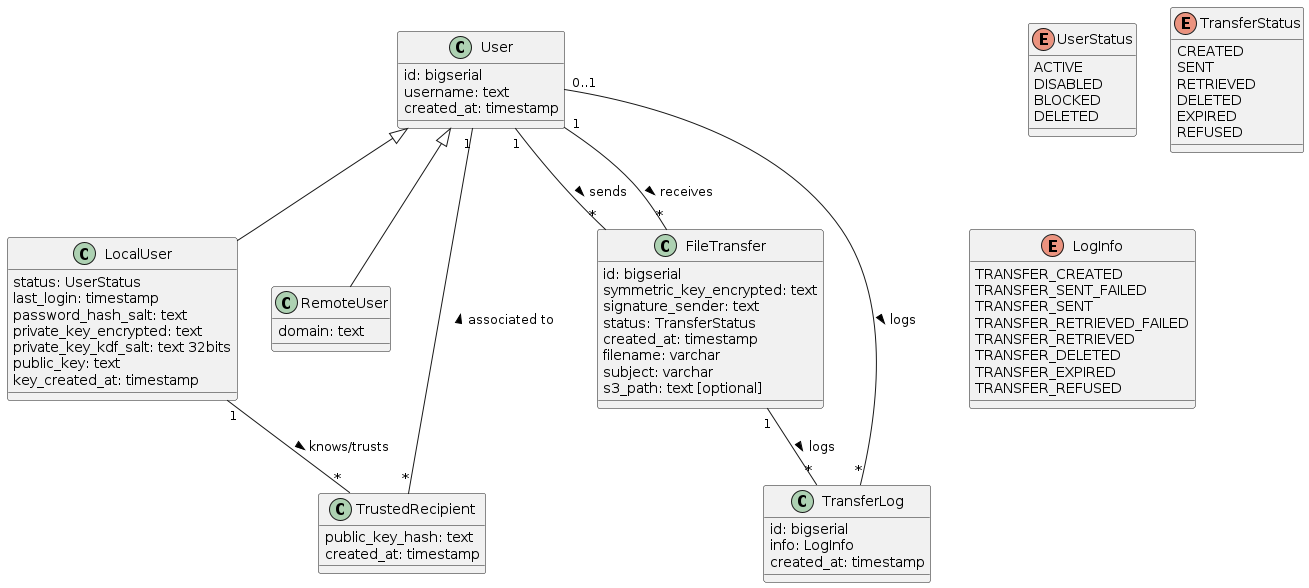
This is documents/umls/dist/database_schema.png from BananaTransfer/BananaTransfer, a PlantUML export, as it was before one commit. Its source is kept beside it as documents/umls/database_schema.puml.
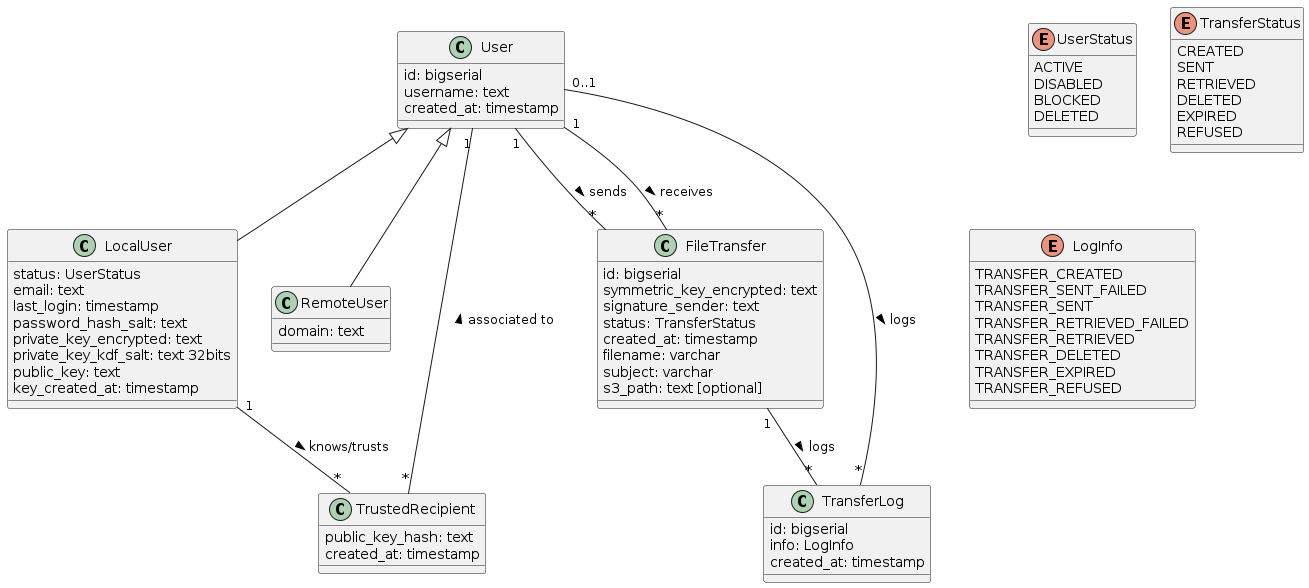
After the change.

Commit message:
update db schema and code architecture

What changed in the source:
```diff
@@ -35,6 +35,7 @@
 
 class LocalUser {
     status: UserStatus
+    email: text
     last_login: timestamp
     password_hash_salt: text
     private_key_encrypted: text
```
